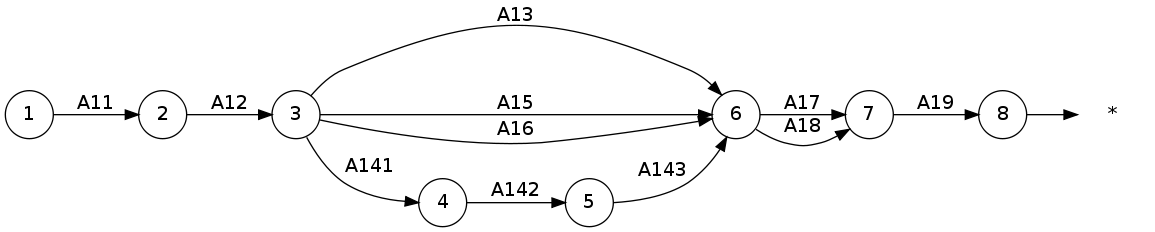
This is Trabajos/T3/img/grafo_inicial_análisis.png from srug86/pgsiesi, a Graphviz export, as it was before one commit. Its source is kept beside it as Trabajos/T3/img/grafo_inicial_análisis.dot. Source of this version:
```dot
digraph grafo_inicial {
	rankdir = LR;
	"*" [shape=plaintext]
	node [shape = circle];
	1 -> 2 [label = "A11"];
	2 -> 3 [label = "A12"];
	3 -> 6 [label = "A13"];
	3 -> 4 [label = "A141"];
	3 -> 6 [label = "A15"];
	3 -> 6 [label = "A16"];
	4 -> 5 [label = "A142"];
	5 -> 6 [label = "A143"];
	6 -> 7 [label = "A17"];
	6 -> 7 [label = "A18"];
	7 -> 8 [label = "A19"];
	8 -> "*";
}
```
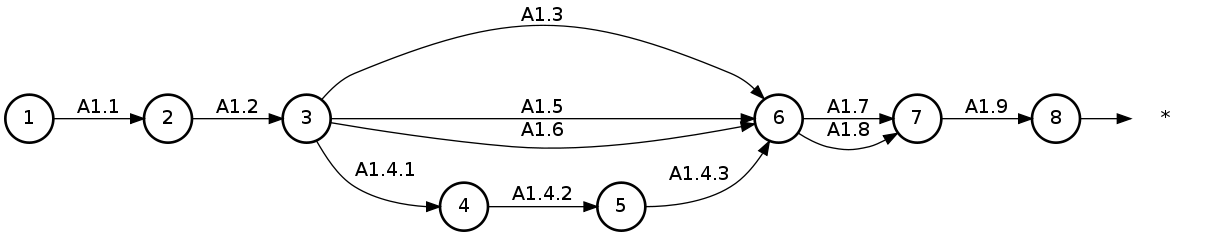
After the commit.

Change to the diagram source:
```diff
@@ -1,17 +1,17 @@
 digraph grafo_inicial {
 	rankdir = LR;
 	"*" [shape=plaintext]
-	node [shape = circle];
-	1 -> 2 [label = "A11"];
-	2 -> 3 [label = "A12"];
-	3 -> 6 [label = "A13"];
-	3 -> 4 [label = "A141"];
-	3 -> 6 [label = "A15"];
-	3 -> 6 [label = "A16"];
-	4 -> 5 [label = "A142"];
-	5 -> 6 [label = "A143"];
-	6 -> 7 [label = "A17"];
-	6 -> 7 [label = "A18"];
-	7 -> 8 [label = "A19"];
+	node [shape = circle style=bold];
+	1 -> 2 [label = "A1.1"];
+	2 -> 3 [label = "A1.2"];
+	3 -> 6 [label = "A1.3"];
+	3 -> 4 [label = "A1.4.1"];
+	3 -> 6 [label = "A1.5"];
+	3 -> 6 [label = "A1.6"];
+	4 -> 5 [label = "A1.4.2"];
+	5 -> 6 [label = "A1.4.3"];
+	6 -> 7 [label = "A1.7"];
+	6 -> 7 [label = "A1.8"];
+	7 -> 8 [label = "A1.9"];
 	8 -> "*";
 }
```
